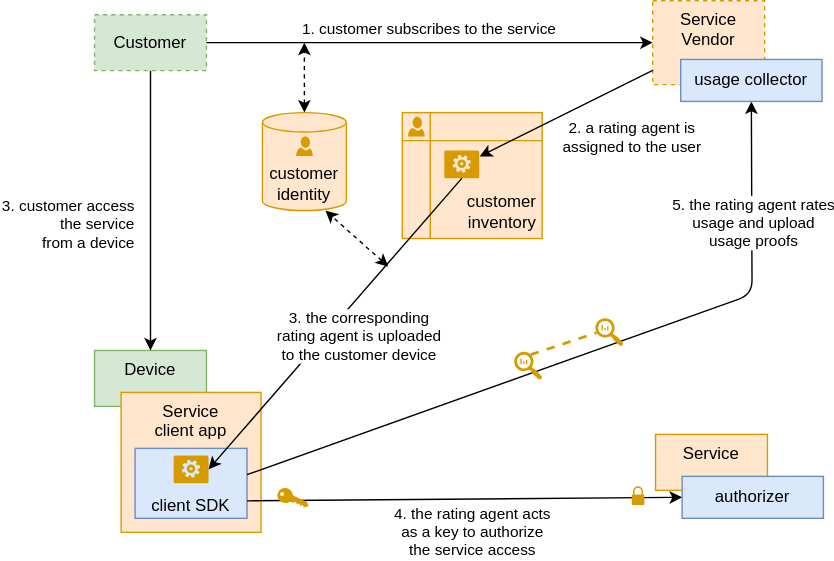
Earlier version of the draw.io export src/sequence-3rdparty-basic.drawio.svg (distributed-it-for-telco/distributed-rating-doc). Source tidied: cells renumbered, new cells last; positions are measured from the earlier drawing's top-left corner, leaving out a move shared by most shapes.
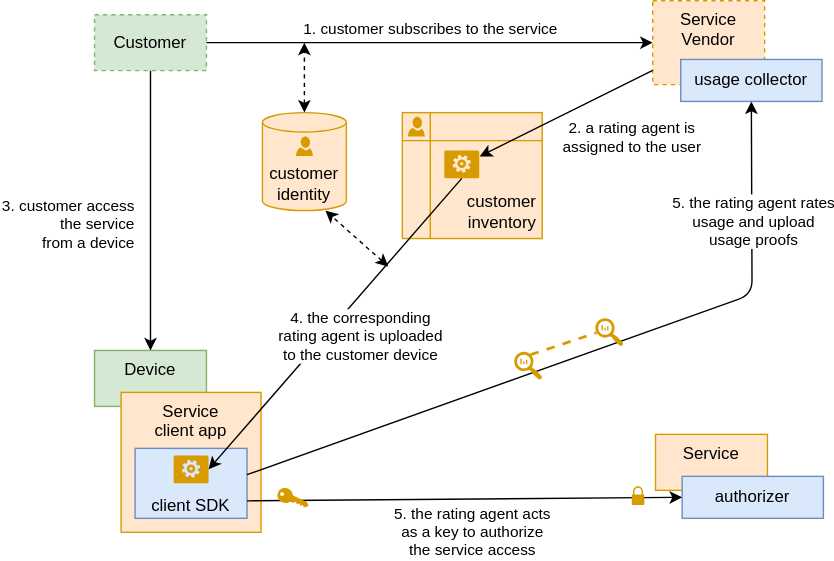
After the change.

Commit message:
bad num

The edit, as a diff of the source:
```diff
@@ -50,7 +50,7 @@
         <mxPoint x="150" y="30" as="targetPoint" />
       </mxGeometry>
     </mxCell>
-    <mxCell id="17" value="3. the corresponding &lt;br&gt;&lt;div style=&quot;&quot;&gt;rating agent is uploaded&lt;/div&gt;to the customer device" style="endArrow=classic;html=1;entryX=1;entryY=0.5;entryDx=0;entryDy=0;entryPerimeter=0;exitX=0.5;exitY=1;exitDx=0;exitDy=0;exitPerimeter=0;align=center;" parent="1" edge="1" source="9" target="14">
+    <mxCell id="17" value="4. the corresponding &lt;br&gt;&lt;div&gt;rating agent is uploaded&lt;/div&gt;to the customer device" style="endArrow=classic;html=1;entryX=1;entryY=0.5;entryDx=0;entryDy=0;entryPerimeter=0;exitX=0.5;exitY=1;exitDx=0;exitDy=0;exitPerimeter=0;align=center;" parent="1" edge="1" source="9" target="14">
       <mxGeometry x="-0.04" y="19" relative="1" as="geometry" />
     </mxCell>
     <mxCell id="18" style="group;" parent="1" vertex="1">
@@ -62,7 +62,7 @@
     <mxCell id="20" style="verticalLabelPosition=bottom;html=1;verticalAlign=top;align=center;strokeColor=none;fillColor=#D79B00;shape=mxgraph.azure.user;" parent="18" vertex="1">
       <mxGeometry x="24" y="17" width="12" height="14" as="geometry" />
     </mxCell>
-    <mxCell id="21" value="4. the rating agent acts&lt;br&gt;as a key to authorize&lt;br&gt;the service access" style="endArrow=classic;html=1;entryX=0;entryY=0.5;entryDx=0;entryDy=0;exitX=1;exitY=0.75;exitDx=0;exitDy=0;" parent="1" edge="1" source="13" target="15">
+    <mxCell id="21" value="5. the rating agent acts&lt;br&gt;as a key to authorize&lt;br&gt;the service access" style="endArrow=classic;html=1;entryX=0;entryY=0.5;entryDx=0;entryDy=0;exitX=1;exitY=0.75;exitDx=0;exitDy=0;" parent="1" edge="1" source="13" target="15">
       <mxGeometry x="0.03" y="-24" relative="1" as="geometry" />
     </mxCell>
     <mxCell id="22" value="5. the rating agent rates&lt;br&gt;&amp;nbsp;usage and upload &lt;br&gt;usage proofs" style="endArrow=classic;html=1;exitX=0.999;exitY=0.376;exitDx=0;exitDy=0;entryX=0.5;entryY=1;entryDx=0;entryDy=0;exitPerimeter=0;" parent="1" edge="1" source="13" target="29">
```
